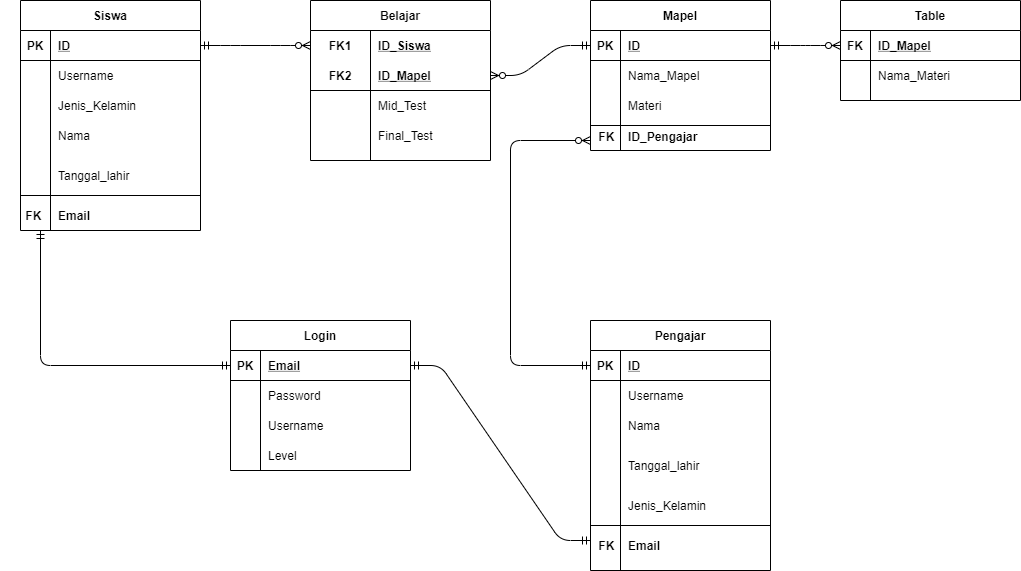
alifahfathonah/Website-HAiYU keeps this draw.io diagram as Skema Database/Tabel dbhaiyu.png. Above is the earlier version. Source tidied: cells renumbered, new cells last; positions are measured from the earlier drawing's top-left corner, leaving out a move shared by most shapes.
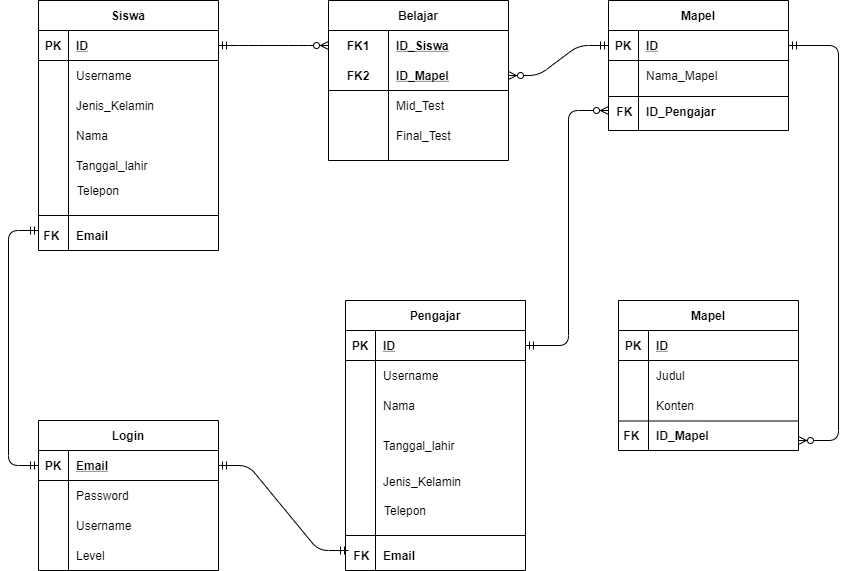
After the change.

The edit, as a diff of the source:
```diff
@@ -2,20 +2,8 @@
   <root>
     <mxCell id="0" />
     <mxCell id="1" parent="0" />
-    <mxCell id="2" style="shape=partialRectangle;fillColor=none;top=0;left=0;bottom=0;right=0;" parent="1" vertex="1">
-      <mxGeometry x="50" y="260" width="180" height="30" as="geometry" />
-    </mxCell>
-    <mxCell id="3" style="shape=partialRectangle;fillColor=none;top=0;left=0;bottom=0;right=0;overflow=hidden;" parent="2" vertex="1">
-      <mxGeometry width="30" height="30" as="geometry" />
-    </mxCell>
-    <mxCell id="4" style="shape=partialRectangle;fillColor=none;top=0;left=0;bottom=0;right=0;" parent="1" vertex="1">
-      <mxGeometry x="50" y="290" width="180" height="30" as="geometry" />
-    </mxCell>
-    <mxCell id="5" style="shape=partialRectangle;fillColor=none;top=0;left=0;bottom=0;right=0;overflow=hidden;" parent="4" vertex="1">
-      <mxGeometry width="30" height="30" as="geometry" />
-    </mxCell>
     <mxCell id="6" value="Siswa" style="shape=table;startSize=30;rowLines=0;fontStyle=1;align=center;" parent="1" vertex="1">
-      <mxGeometry x="20" width="180" height="230" as="geometry" />
+      <mxGeometry x="20" width="180" height="250" as="geometry" />
     </mxCell>
     <mxCell id="7" style="shape=partialRectangle;fillColor=none;top=0;left=0;bottom=1;right=0;points=[[0,0.5],[1,0.5]];portConstraint=eastwest;" parent="6" vertex="1">
       <mxGeometry y="30" width="180" height="30" as="geometry" />
@@ -63,7 +51,7 @@
       <mxGeometry x="30" width="150" height="30" as="geometry" />
     </mxCell>
     <mxCell id="22" value="Mapel" style="shape=table;startSize=30;rowLines=0;fontStyle=1;align=center;" parent="1" vertex="1">
-      <mxGeometry x="590" width="180" height="150" as="geometry" />
+      <mxGeometry x="590" width="180" height="130" as="geometry" />
     </mxCell>
     <mxCell id="23" style="shape=partialRectangle;fillColor=none;top=0;left=0;bottom=1;right=0;points=[[0,0.5],[1,0.5]];portConstraint=eastwest;" parent="22" vertex="1">
       <mxGeometry y="30" width="180" height="30" as="geometry" />
@@ -83,20 +71,11 @@
     <mxCell id="28" value="Nama_Mapel" style="shape=partialRectangle;fillColor=none;top=0;left=0;bottom=0;right=0;align=left;spacingLeft=6;overflow=hidden;" parent="26" vertex="1">
       <mxGeometry x="30" width="150" height="30" as="geometry" />
     </mxCell>
-    <mxCell id="29" style="shape=partialRectangle;fillColor=none;top=0;left=0;bottom=0;right=0;" parent="22" vertex="1">
-      <mxGeometry y="90" width="180" height="30" as="geometry" />
-    </mxCell>
-    <mxCell id="30" style="shape=partialRectangle;fillColor=none;top=0;left=0;bottom=0;right=0;overflow=hidden;" parent="29" vertex="1">
-      <mxGeometry width="30" height="30" as="geometry" />
-    </mxCell>
-    <mxCell id="31" value="Materi" style="shape=partialRectangle;fillColor=none;top=0;left=0;bottom=0;right=0;align=left;spacingLeft=6;overflow=hidden;" parent="29" vertex="1">
-      <mxGeometry x="30" width="150" height="30" as="geometry" />
-    </mxCell>
     <mxCell id="32" value="Email" style="shape=partialRectangle;fillColor=none;top=0;left=0;bottom=0;right=0;align=left;spacingLeft=6;overflow=hidden;fontStyle=1;" parent="1" vertex="1">
-      <mxGeometry x="50" y="200" width="150" height="30" as="geometry" />
+      <mxGeometry x="50" y="220" width="150" height="30" as="geometry" />
     </mxCell>
     <mxCell id="33" value="Tanggal_lahir" style="shape=partialRectangle;fillColor=none;top=0;left=0;bottom=0;right=0;align=left;spacingLeft=6;overflow=hidden;" parent="1" vertex="1">
-      <mxGeometry x="50" y="160" width="150" height="30" as="geometry" />
+      <mxGeometry x="50" y="150" width="150" height="30" as="geometry" />
     </mxCell>
     <mxCell id="34" value="Belajar" style="shape=table;startSize=30;rowLines=0;fontStyle=1;align=center;" parent="1" vertex="1">
       <mxGeometry x="310" width="180" height="160" as="geometry" />
@@ -137,56 +116,35 @@
     <mxCell id="46" value="Final_Test" style="shape=partialRectangle;fillColor=none;top=0;left=0;bottom=0;right=0;align=left;spacingLeft=6;overflow=hidden;" parent="44" vertex="1">
       <mxGeometry x="60" width="120" height="30" as="geometry" />
     </mxCell>
-    <mxCell id="47" style="fontSize=12;html=1;endArrow=ERzeroToMany;startArrow=ERmandOne;edgeStyle=orthogonalEdgeStyle;exitX=0;exitY=0.5;exitDx=0;exitDy=0;endFill=1;" parent="1" edge="1" source="72">
+    <mxCell id="47" style="fontSize=12;html=1;endArrow=ERzeroToMany;startArrow=ERmandOne;edgeStyle=orthogonalEdgeStyle;exitX=1;exitY=0.5;exitDx=0;exitDy=0;endFill=1;" parent="1" edge="1" source="72">
       <mxGeometry relative="1" as="geometry">
-        <mxPoint x="590" y="140" as="targetPoint" />
+        <mxPoint x="590" y="110" as="targetPoint" />
         <Array as="points">
-          <mxPoint x="510" y="365" />
-          <mxPoint x="510" y="140" />
+          <mxPoint x="550" y="345" />
+          <mxPoint x="550" y="110" />
         </Array>
       </mxGeometry>
     </mxCell>
-    <mxCell id="48" value="Table" style="shape=table;startSize=30;rowLines=0;fontStyle=1;align=center;" parent="1" vertex="1">
-      <mxGeometry x="840" width="180" height="100" as="geometry" />
-    </mxCell>
-    <mxCell id="49" style="shape=partialRectangle;fillColor=none;top=0;left=0;bottom=1;right=0;" parent="48" vertex="1">
-      <mxGeometry y="30" width="180" height="30" as="geometry" />
-    </mxCell>
-    <mxCell id="50" value="FK" style="shape=partialRectangle;fillColor=none;top=0;left=0;bottom=0;right=0;fontStyle=1;overflow=hidden;" parent="49" vertex="1">
-      <mxGeometry width="30" height="30" as="geometry" />
-    </mxCell>
-    <mxCell id="51" value="ID_Mapel" style="shape=partialRectangle;fillColor=none;top=0;left=0;bottom=0;right=0;align=left;spacingLeft=6;fontStyle=5;overflow=hidden;" parent="49" vertex="1">
-      <mxGeometry x="30" width="150" height="30" as="geometry" />
-    </mxCell>
-    <mxCell id="52" style="shape=partialRectangle;fillColor=none;top=0;left=0;bottom=0;right=0;" parent="48" vertex="1">
-      <mxGeometry y="60" width="180" height="30" as="geometry" />
-    </mxCell>
-    <mxCell id="53" style="shape=partialRectangle;fillColor=none;top=0;left=0;bottom=0;right=0;overflow=hidden;" parent="52" vertex="1">
-      <mxGeometry width="30" height="30" as="geometry" />
-    </mxCell>
-    <mxCell id="54" value="Nama_Materi" style="shape=partialRectangle;fillColor=none;top=0;left=0;bottom=0;right=0;align=left;spacingLeft=6;overflow=hidden;" parent="52" vertex="1">
-      <mxGeometry x="30" width="150" height="30" as="geometry" />
-    </mxCell>
     <mxCell id="55" value="Email" style="shape=partialRectangle;fillColor=none;top=0;left=0;bottom=0;right=0;align=left;spacingLeft=6;overflow=hidden;fontStyle=1;" parent="1" vertex="1">
-      <mxGeometry x="620" y="530" width="150" height="30" as="geometry" />
+      <mxGeometry x="357" y="540" width="150" height="30" as="geometry" />
     </mxCell>
     <mxCell id="56" value="Tanggal_lahir" style="shape=partialRectangle;fillColor=none;top=0;left=0;bottom=0;right=0;align=left;spacingLeft=6;overflow=hidden;" parent="1" vertex="1">
-      <mxGeometry x="620" y="450" width="150" height="30" as="geometry" />
+      <mxGeometry x="357" y="430" width="150" height="30" as="geometry" />
     </mxCell>
     <mxCell id="57" style="line;strokeWidth=1;dashed=0;labelPosition=right;align=left;verticalAlign=middle;spacingTop=0;spacingLeft=6;" parent="1" vertex="1">
-      <mxGeometry x="590" y="520" width="180" height="10" as="geometry" />
+      <mxGeometry x="327" y="530" width="180" height="10" as="geometry" />
     </mxCell>
     <mxCell id="58" style="line;strokeWidth=1;dashed=0;labelPosition=right;align=left;verticalAlign=middle;spacingTop=0;spacingLeft=6;" parent="1" vertex="1">
-      <mxGeometry x="20" y="190" width="180" height="10" as="geometry" />
+      <mxGeometry x="20" y="210" width="180" height="10" as="geometry" />
     </mxCell>
     <mxCell id="59" value="  FK" style="shape=partialRectangle;fillColor=none;top=0;left=0;bottom=0;right=0;fontStyle=1;overflow=hidden;" parent="1" vertex="1">
-      <mxGeometry y="200" width="60" height="30" as="geometry" />
+      <mxGeometry y="220" width="60" height="30" as="geometry" />
     </mxCell>
     <mxCell id="60" value="  FK" style="shape=partialRectangle;fillColor=none;top=0;left=0;bottom=0;right=0;fontStyle=1;overflow=hidden;" parent="1" vertex="1">
-      <mxGeometry x="573" y="530" width="60" height="30" as="geometry" />
+      <mxGeometry x="310" y="540" width="60" height="30" as="geometry" />
     </mxCell>
     <mxCell id="61" value="Login" style="shape=table;startSize=30;rowLines=0;fontStyle=1;align=center;" parent="1" vertex="1">
-      <mxGeometry x="230" y="320" width="180" height="150" as="geometry" />
+      <mxGeometry x="20" y="420" width="180" height="150" as="geometry" />
     </mxCell>
     <mxCell id="62" style="shape=partialRectangle;fillColor=none;top=0;left=0;bottom=1;right=0;points=[[0,0.5],[1,0.5]];portConstraint=eastwest;" parent="61" vertex="1">
       <mxGeometry y="30" width="180" height="30" as="geometry" />
@@ -216,7 +174,7 @@
       <mxGeometry x="30" width="150" height="30" as="geometry" />
     </mxCell>
     <mxCell id="71" value="Pengajar" style="shape=table;startSize=30;rowLines=0;fontStyle=1;align=center;" parent="1" vertex="1">
-      <mxGeometry x="590" y="320" width="180" height="250" as="geometry" />
+      <mxGeometry x="327" y="300" width="180" height="270" as="geometry" />
     </mxCell>
     <mxCell id="72" style="shape=partialRectangle;fillColor=none;top=0;left=0;bottom=1;right=0;points=[[0,0.5],[1,0.5]];portConstraint=eastwest;" parent="71" vertex="1">
       <mxGeometry y="30" width="180" height="30" as="geometry" />
@@ -256,42 +214,94 @@
     </mxCell>
     <mxCell id="84" style="fontSize=12;html=1;endArrow=ERmandOne;startArrow=ERmandOne;edgeStyle=orthogonalEdgeStyle;exitX=0;exitY=0.5;exitDx=0;exitDy=0;" parent="1" edge="1" source="62">
       <mxGeometry relative="1" as="geometry">
-        <mxPoint x="40" y="230" as="targetPoint" />
+        <mxPoint x="20" y="230" as="targetPoint" />
         <Array as="points">
-          <mxPoint x="40" y="365" />
+          <mxPoint x="-10" y="465" />
+          <mxPoint x="-10" y="230" />
         </Array>
       </mxGeometry>
     </mxCell>
     <mxCell id="85" style="line;strokeWidth=1;dashed=0;labelPosition=right;align=left;verticalAlign=middle;spacingTop=0;spacingLeft=6;" parent="1" vertex="1">
-      <mxGeometry x="590" y="120" width="180" height="10" as="geometry" />
+      <mxGeometry x="590" y="91" width="180" height="10" as="geometry" />
     </mxCell>
     <mxCell id="86" value="ID_Pengajar" style="shape=partialRectangle;fillColor=none;top=0;left=0;bottom=0;right=0;align=left;spacingLeft=6;overflow=hidden;fontStyle=1;" parent="1" vertex="1">
-      <mxGeometry x="620" y="121" width="150" height="30" as="geometry" />
+      <mxGeometry x="620" y="101" width="150" height="19" as="geometry" />
     </mxCell>
     <mxCell id="87" style="edgeStyle=entityRelationEdgeStyle;fontSize=12;html=1;endArrow=ERmandOne;startArrow=ERmandOne;exitX=1;exitY=0.5;exitDx=0;exitDy=0;" parent="1" edge="1" source="62">
       <mxGeometry relative="1" as="geometry">
-        <mxPoint x="590" y="540" as="targetPoint" />
+        <mxPoint x="330" y="550" as="targetPoint" />
       </mxGeometry>
     </mxCell>
     <mxCell id="88" value="  FK" style="shape=partialRectangle;fillColor=none;top=0;left=0;bottom=0;right=0;fontStyle=1;overflow=hidden;" parent="1" vertex="1">
-      <mxGeometry x="573" y="121" width="60" height="30" as="geometry" />
+      <mxGeometry x="573" y="95.5" width="60" height="30" as="geometry" />
     </mxCell>
     <mxCell id="89" value="Jenis_Kelamin" style="shape=partialRectangle;fillColor=none;top=0;left=0;bottom=0;right=0;align=left;spacingLeft=6;overflow=hidden;" parent="1" vertex="1">
-      <mxGeometry x="620" y="490" width="150" height="30" as="geometry" />
+      <mxGeometry x="357" y="466" width="150" height="30" as="geometry" />
     </mxCell>
     <mxCell id="90" style="edgeStyle=entityRelationEdgeStyle;fontSize=12;html=1;endArrow=ERzeroToMany;startArrow=ERmandOne;entryX=0;entryY=0.5;entryDx=0;entryDy=0;exitX=1;exitY=0.5;exitDx=0;exitDy=0;" parent="1" edge="1" source="7" target="35">
       <mxGeometry relative="1" as="geometry" />
     </mxCell>
-    <mxCell id="91" style="edgeStyle=entityRelationEdgeStyle;fontSize=12;html=1;endArrow=ERmandOne;startArrow=ERzeroToMany;startFill=1;exitX=1;exitY=0.5;exitDx=0;exitDy=0;entryX=0;entryY=0.5;entryDx=0;entryDy=0;" parent="1" edge="1" source="38" target="23">
-      <mxGeometry relative="1" as="geometry" />
+    <mxCell id="91" style="edgeStyle=entityRelationEdgeStyle;fontSize=12;html=1;endArrow=ERmandOne;startArrow=ERzeroToMany;startFill=1;exitX=1;exitY=0.5;exitDx=0;exitDy=0;" parent="1" edge="1" source="38">
+      <mxGeometry relative="1" as="geometry">
+        <mxPoint x="590" y="45" as="targetPoint" />
+      </mxGeometry>
     </mxCell>
     <mxCell id="92" value="Level" style="shape=partialRectangle;fillColor=none;top=0;left=0;bottom=0;right=0;align=left;spacingLeft=6;overflow=hidden;" parent="1" vertex="1">
-      <mxGeometry x="260" y="440" width="150" height="30" as="geometry" />
+      <mxGeometry x="50" y="540" width="150" height="30" as="geometry" />
     </mxCell>
-    <mxCell id="93" style="edgeStyle=entityRelationEdgeStyle;fontSize=12;html=1;endArrow=ERzeroToMany;startArrow=ERmandOne;startFill=0;exitX=1;exitY=0.5;exitDx=0;exitDy=0;endFill=1;" parent="1" edge="1" source="23">
-      <mxGeometry relative="1" as="geometry">
-        <mxPoint x="840" y="45" as="targetPoint" />
-      </mxGeometry>
-    </mxCell>
+    <mxCell id="94" value="Mapel" style="shape=table;startSize=30;rowLines=0;fontStyle=1;align=center;" parent="1" vertex="1">
+      <mxGeometry x="600" y="300" width="180" height="150" as="geometry" />
+    </mxCell>
+    <mxCell id="49" style="shape=partialRectangle;fillColor=none;top=0;left=0;bottom=1;right=0;" parent="94" vertex="1">
+      <mxGeometry y="30" width="180" height="30" as="geometry" />
+    </mxCell>
+    <mxCell id="95" value="PK" style="shape=partialRectangle;fillColor=none;top=0;left=0;bottom=0;right=0;fontStyle=1;overflow=hidden;" parent="49" vertex="1">
+      <mxGeometry width="30" height="30" as="geometry" />
+    </mxCell>
+    <mxCell id="96" value="ID" style="shape=partialRectangle;fillColor=none;top=0;left=0;bottom=0;right=0;align=left;spacingLeft=6;fontStyle=5;overflow=hidden;" parent="49" vertex="1">
+      <mxGeometry x="30" width="150" height="30" as="geometry" />
+    </mxCell>
+    <mxCell id="52" style="shape=partialRectangle;fillColor=none;top=0;left=0;bottom=0;right=0;" parent="94" vertex="1">
+      <mxGeometry y="60" width="180" height="30" as="geometry" />
+    </mxCell>
+    <mxCell id="97" style="shape=partialRectangle;fillColor=none;top=0;left=0;bottom=0;right=0;overflow=hidden;" parent="52" vertex="1">
+      <mxGeometry width="30" height="30" as="geometry" />
+    </mxCell>
+    <mxCell id="98" value="Judul" style="shape=partialRectangle;fillColor=none;top=0;left=0;bottom=0;right=0;align=left;spacingLeft=6;overflow=hidden;" parent="52" vertex="1">
+      <mxGeometry x="30" width="150" height="30" as="geometry" />
+    </mxCell>
+    <mxCell id="29" style="shape=partialRectangle;fillColor=none;top=0;left=0;bottom=0;right=0;" parent="94" vertex="1">
+      <mxGeometry y="90" width="180" height="30" as="geometry" />
+    </mxCell>
+    <mxCell id="99" style="shape=partialRectangle;fillColor=none;top=0;left=0;bottom=0;right=0;overflow=hidden;" parent="29" vertex="1">
+      <mxGeometry width="30" height="30" as="geometry" />
+    </mxCell>
+    <mxCell id="100" value="Konten" style="shape=partialRectangle;fillColor=none;top=0;left=0;bottom=0;right=0;align=left;spacingLeft=6;overflow=hidden;" parent="29" vertex="1">
+      <mxGeometry x="30" width="150" height="30" as="geometry" />
+    </mxCell>
+    <mxCell id="50" value="  FK" style="shape=partialRectangle;fillColor=none;top=0;left=0;bottom=0;right=0;fontStyle=1;overflow=hidden;" parent="1" vertex="1">
+      <mxGeometry x="580" y="420" width="60" height="30" as="geometry" />
+    </mxCell>
+    <mxCell id="101" style="line;strokeWidth=1;dashed=0;labelPosition=right;align=left;verticalAlign=middle;spacingTop=0;spacingLeft=6;" parent="1" vertex="1">
+      <mxGeometry x="600" y="415.5" width="180" height="10" as="geometry" />
+    </mxCell>
+    <mxCell id="51" value="ID_Mapel" style="shape=partialRectangle;fillColor=none;top=0;left=0;bottom=0;right=0;align=left;spacingLeft=6;overflow=hidden;fontStyle=1;" parent="1" vertex="1">
+      <mxGeometry x="630" y="425.5" width="150" height="19" as="geometry" />
+    </mxCell>
+    <mxCell id="102" value="Telepon" style="text;html=1;strokeColor=none;fillColor=none;align=center;verticalAlign=middle;whiteSpace=wrap;rounded=0;" parent="1" vertex="1">
+      <mxGeometry x="60" y="180" width="40" height="20" as="geometry" />
+    </mxCell>
+    <mxCell id="103" value="Telepon" style="text;html=1;strokeColor=none;fillColor=none;align=center;verticalAlign=middle;whiteSpace=wrap;rounded=0;" parent="1" vertex="1">
+      <mxGeometry x="367" y="500" width="40" height="20" as="geometry" />
+    </mxCell>
+    <mxCell id="104" style="fontSize=12;html=1;endArrow=ERmandOne;startArrow=ERzeroToMany;edgeStyle=orthogonalEdgeStyle;endFill=0;entryX=1;entryY=0.5;entryDx=0;entryDy=0;startFill=1;" parent="1" edge="1" target="23">
+      <mxGeometry relative="1" as="geometry">
+        <mxPoint x="780" y="440" as="sourcePoint" />
+        <Array as="points">
+          <mxPoint x="820" y="440" />
+          <mxPoint x="820" y="45" />
+        </Array>
+      </mxGeometry>
+    </mxCell>
   </root>
 </mxGraphModel>
```
